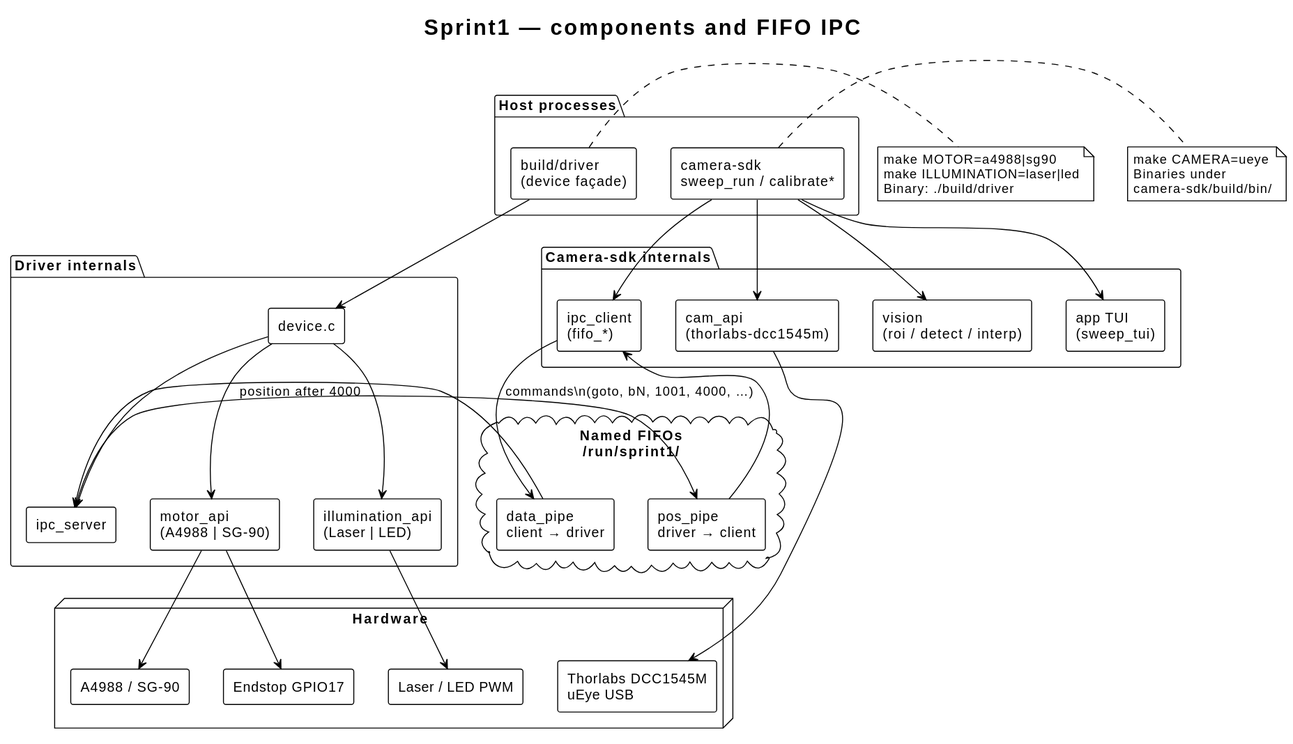
The PlantUML diagram architecture.svg in hriday111/sprint1, before a commit.
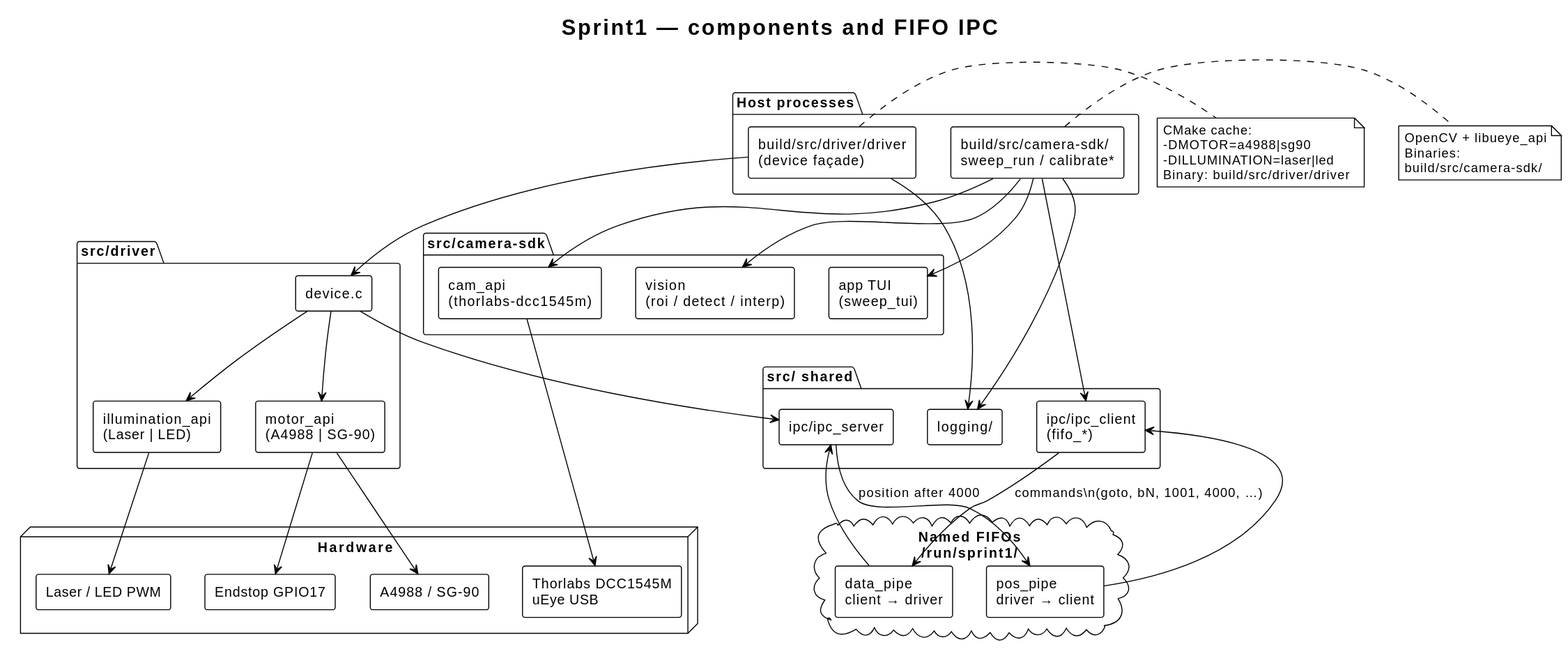
Above is the later version.

The edit, as a diff of the source:
```diff
@@ -6,19 +6,23 @@
 title Sprint1 — components and FIFO IPC
 
 package "Host processes" {
-  component "build/driver\n(device façade)" as Driver
-  component "camera-sdk\nsweep_run / calibrate*" as CamTools
+  component "build/src/driver/driver\n(device façade)" as Driver
+  component "build/src/camera-sdk/\nsweep_run / calibrate*" as CamTools
 }
 
-package "Driver internals" {
+package "src/driver" {
   component "device.c" as Device
-  component "ipc_server" as IpcSrv
   component "motor_api\n(A4988 | SG-90)" as Motor
   component "illumination_api\n(Laser | LED)" as Illum
 }
 
-package "Camera-sdk internals" {
-  component "ipc_client\n(fifo_*)" as IpcCli
+package "src/ shared" {
+  component "ipc/ipc_server" as IpcSrv
+  component "ipc/ipc_client\n(fifo_*)" as IpcCli
+  component "logging/" as Log
+}
+
+package "src/camera-sdk" {
   component "cam_api\n(thorlabs-dcc1545m)" as Cam
   component "vision\n(roi / detect / interp)" as Vision
   component "app TUI\n(sweep_tui)" as Tui
@@ -40,12 +44,14 @@
 CamTools --> Cam
 CamTools --> Vision
 CamTools --> Tui
+CamTools --> Log
 IpcCli --> DataPipe : commands\\n(goto, bN, 1001, 4000, …)
 DataPipe --> IpcSrv
 IpcSrv --> PosPipe : position after 4000
 PosPipe --> IpcCli
 
 Driver --> Device
+Driver --> Log
 Device --> IpcSrv
 Device --> Motor
 Device --> Illum
@@ -55,14 +61,15 @@
 Cam --> Ueye
 
 note right of Driver
-  make MOTOR=a4988|sg90
-  make ILLUMINATION=laser|led
-  Binary: ./build/driver
+  CMake cache:
+  -DMOTOR=a4988|sg90
+  -DILLUMINATION=laser|led
+  Binary: build/src/driver/driver
 end note
 
 note right of CamTools
-  make CAMERA=ueye
-  Binaries under
-  camera-sdk/build/bin/
+  OpenCV + libueye_api
+  Binaries:
+  build/src/camera-sdk/
 end note
 @enduml
```
